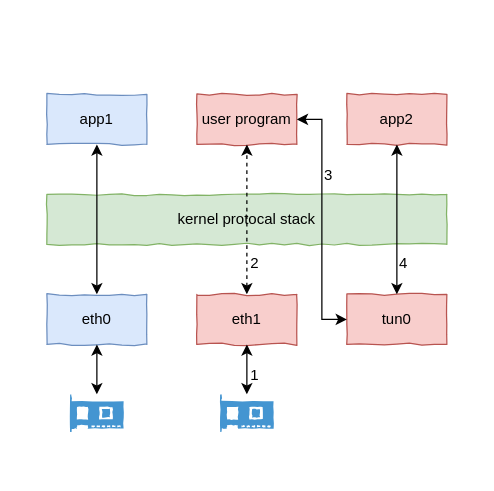
The draw.io diagram tuntap.drawio in qinxinliang/diagrams, before the edit. Source tidied: cells renumbered, new cells numbered last; positions are measured from the earlier drawing's top-left corner, leaving out a move shared by most shapes. Both pictures are drawn from the tidied source at 125%, with x=0, y=0 at pixel (46, 94).
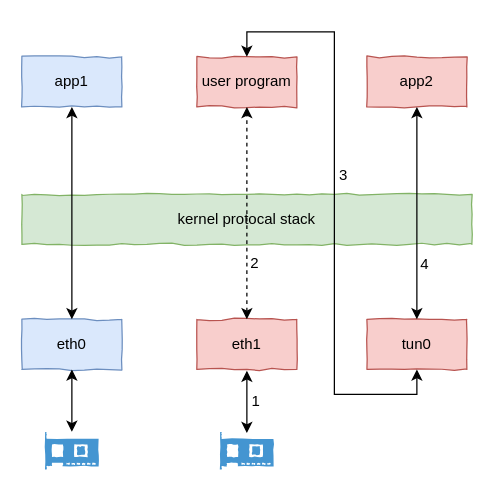
After the change.

Diff of the diagram source:
```diff
@@
     <mxCell id="2" value="eth0" style="rounded=0;whiteSpace=wrap;html=1;fillColor=#dae8fc;strokeColor=#6c8ebf;comic=1;" parent="1" vertex="1">
-      <mxGeometry y="160" width="80" height="40" as="geometry" />
+      <mxGeometry x="-20" y="180" width="80" height="40" as="geometry" />
     </mxCell>
     <mxCell id="3" value="tun0" style="rounded=0;whiteSpace=wrap;html=1;fillColor=#f8cecc;strokeColor=#b85450;comic=1;" parent="1" vertex="1">
-      <mxGeometry x="240" y="160" width="80" height="40" as="geometry" />
+      <mxGeometry x="256" y="180" width="80" height="40" as="geometry" />
     </mxCell>
     <mxCell id="4" value="kernel protocal stack" style="rounded=0;whiteSpace=wrap;html=1;fillColor=#d5e8d4;strokeColor=#82b366;comic=1;" parent="1" vertex="1">
-      <mxGeometry y="80" width="320" height="40" as="geometry" />
+      <mxGeometry x="-20" y="80" width="360" height="40" as="geometry" />
     </mxCell>
     <mxCell id="5" value="app1" style="rounded=0;whiteSpace=wrap;html=1;fillColor=#dae8fc;strokeColor=#6c8ebf;comic=1;" parent="1" vertex="1">
-      <mxGeometry width="80" height="40" as="geometry" />
+      <mxGeometry x="-20" y="-30" width="80" height="40" as="geometry" />
     </mxCell>
     <mxCell id="6" value="app2" style="rounded=0;whiteSpace=wrap;html=1;fillColor=#f8cecc;strokeColor=#b85450;comic=1;" parent="1" vertex="1">
-      <mxGeometry x="240" width="80" height="40" as="geometry" />
+      <mxGeometry x="256" y="-30" width="80" height="40" as="geometry" />
     </mxCell>
     <mxCell id="7" style="shadow=0;dashed=0;html=1;strokeColor=none;fillColor=#4495D1;labelPosition=center;verticalLabelPosition=bottom;verticalAlign=top;align=center;outlineConnect=0;shape=mxgraph.veeam.2d.network_card;comic=1;" parent="1" vertex="1">
-      <mxGeometry x="18.6" y="240" width="42.8" height="30" as="geometry" />
+      <mxGeometry x="-1.4" y="270" width="42.8" height="30" as="geometry" />
     </mxCell>
     <mxCell id="8" value="user program" style="rounded=0;whiteSpace=wrap;html=1;fillColor=#f8cecc;strokeColor=#b85450;comic=1;" parent="1" vertex="1">
-      <mxGeometry x="120" width="80" height="40" as="geometry" />
+      <mxGeometry x="120" y="-30" width="80" height="40" as="geometry" />
     </mxCell>
     <mxCell id="9" style="shadow=0;dashed=0;html=1;strokeColor=none;fillColor=#4495D1;labelPosition=center;verticalLabelPosition=bottom;verticalAlign=top;align=center;shape=mxgraph.veeam.2d.network_card;comic=1;" parent="1" vertex="1">
-      <mxGeometry x="138.6" y="240" width="42.8" height="30" as="geometry" />
+      <mxGeometry x="138.6" y="270" width="42.8" height="30" as="geometry" />
     </mxCell>
     <mxCell id="10" value="eth1" style="rounded=0;whiteSpace=wrap;html=1;fillColor=#f8cecc;strokeColor=#b85450;comic=1;" parent="1" vertex="1">
-      <mxGeometry x="120" y="160" width="80" height="40" as="geometry" />
+      <mxGeometry x="120" y="180" width="80" height="40" as="geometry" />
     </mxCell>
@@
-    <mxCell id="14" style="endArrow=classic;startArrow=classic;html=1;rounded=0;strokeColor=#000000;entryX=1;entryY=0.5;entryDx=0;entryDy=0;exitX=0;exitY=0.5;exitDx=0;exitDy=0;" parent="1" edge="1" source="3" target="8">
+    <mxCell id="14" style="endArrow=classic;startArrow=classic;html=1;rounded=0;strokeColor=#000000;exitX=0.5;exitY=1;exitDx=0;exitDy=0;entryX=0.5;entryY=0;entryDx=0;entryDy=0;" parent="1" edge="1" source="3" target="8">
       <mxGeometry relative="1" as="geometry">
         <Array as="points">
-          <mxPoint x="220" y="180" />
-          <mxPoint x="220" y="20" />
+          <mxPoint x="296" y="240" />
+          <mxPoint x="230" y="240" />
+          <mxPoint x="230" y="-50" />
+          <mxPoint x="200" y="-50" />
+          <mxPoint x="160" y="-50" />
         </Array>
       </mxGeometry>
     </mxCell>
-    <mxCell id="15" style="endArrow=classic;startArrow=classic;html=1;rounded=0;exitX=0.5;exitY=0;exitDx=0;exitDy=0;" parent="1" edge="1" source="3">
-      <mxGeometry relative="1" as="geometry">
-        <mxPoint x="280" y="40" as="targetPoint" />
-      </mxGeometry>
+    <mxCell id="15" style="endArrow=classic;startArrow=classic;html=1;rounded=0;exitX=0.5;exitY=0;exitDx=0;exitDy=0;entryX=0.5;entryY=1;entryDx=0;entryDy=0;" parent="1" edge="1" source="3" target="6">
+      <mxGeometry relative="1" as="geometry" />
     </mxCell>
-    <mxCell id="16" style="endArrow=classic;startArrow=classic;html=1;rounded=0;entryX=0.5;entryY=1;entryDx=0;entryDy=0;" parent="1" edge="1" target="10">
+    <mxCell id="16" style="endArrow=classic;startArrow=classic;html=1;rounded=0;entryX=0.5;entryY=1;entryDx=0;entryDy=0;" parent="1" edge="1">
       <mxGeometry relative="1" as="geometry">
-        <mxPoint x="160" y="240" as="sourcePoint" />
+        <mxPoint x="160" y="271" as="sourcePoint" />
+        <mxPoint x="160" y="221" as="targetPoint" />
       </mxGeometry>
     </mxCell>
     <mxCell id="17" value="1" style="text;html=1;align=center;verticalAlign=middle;fillColor=none;strokeColor=none;rounded=0;comic=1;" parent="1" vertex="1">
-      <mxGeometry x="151.4" y="210" width="30" height="30" as="geometry" />
+      <mxGeometry x="152.4" y="231" width="30" height="30" as="geometry" />
     </mxCell>
@@
     <mxCell id="19" value="3" style="text;html=1;align=center;verticalAlign=middle;fillColor=none;strokeColor=none;rounded=0;comic=1;" parent="1" vertex="1">
-      <mxGeometry x="210" y="50" width="30" height="30" as="geometry" />
+      <mxGeometry x="222" y="50" width="30" height="30" as="geometry" />
     </mxCell>
     <mxCell id="20" value="4" style="text;html=1;align=center;verticalAlign=middle;fillColor=none;strokeColor=none;rounded=0;comic=1;" parent="1" vertex="1">
-      <mxGeometry x="270" y="120" width="30" height="30" as="geometry" />
+      <mxGeometry x="287" y="121" width="30" height="30" as="geometry" />
     </mxCell>
```
